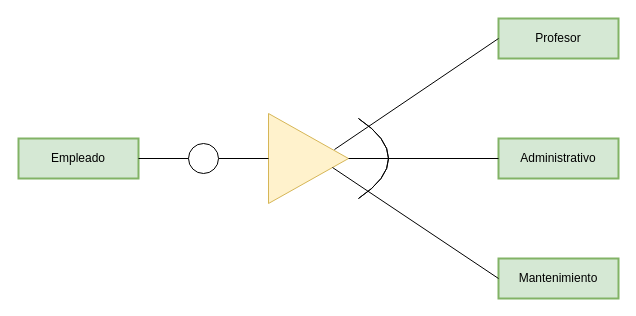
Above: page "EJ7" (5 of 9) of Tareas/Tarea3/Tarea3.drawio in JuanManuelMM/Base-Datos (draw.io), before the change. Source tidied: cells renumbered, new cells numbered last; positions are measured from the earlier drawing's top-left corner, leaving out a move shared by most shapes. Both pictures are drawn from the tidied source at 100%, with x=0, y=0 at pixel (18, 18).
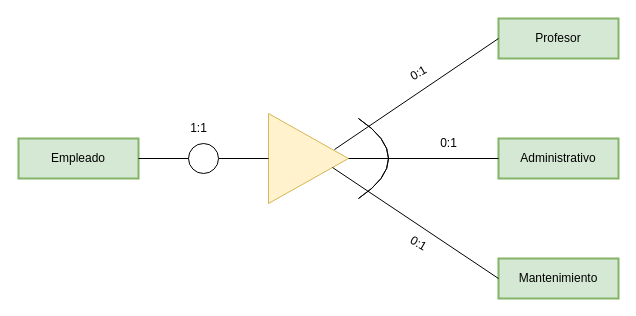
Above is the later version.

Diff of the diagram source:
```diff
@@
 <mxGraphModel>
   <root>
     <mxCell id="0" />
     <mxCell id="1" parent="0" />
     <mxCell id="2" value="Empleado" style="whiteSpace=wrap;html=1;align=center;fillColor=#d5e8d4;strokeColor=#82b366;strokeWidth=2;" parent="1" vertex="1">
       <mxGeometry y="120" width="120" height="40" as="geometry" />
     </mxCell>
     <mxCell id="3" value="Mantenimiento" style="whiteSpace=wrap;html=1;align=center;fillColor=#d5e8d4;strokeColor=#82b366;strokeWidth=2;" parent="1" vertex="1">
       <mxGeometry x="480" y="240" width="120" height="40" as="geometry" />
     </mxCell>
     <mxCell id="4" value="Administrativo" style="whiteSpace=wrap;html=1;align=center;fillColor=#d5e8d4;strokeColor=#82b366;strokeWidth=2;" parent="1" vertex="1">
       <mxGeometry x="480" y="120" width="120" height="40" as="geometry" />
     </mxCell>
     <mxCell id="5" value="Profesor" style="whiteSpace=wrap;html=1;align=center;fillColor=#d5e8d4;strokeColor=#82b366;strokeWidth=2;" parent="1" vertex="1">
       <mxGeometry x="480" width="120" height="40" as="geometry" />
     </mxCell>
     <mxCell id="6" style="triangle;whiteSpace=wrap;html=1;fillColor=#fff2cc;strokeColor=#d6b656;" parent="1" vertex="1">
       <mxGeometry x="250" y="95" width="80" height="90" as="geometry" />
     </mxCell>
     <mxCell id="7" style="endArrow=none;html=1;rounded=0;entryX=0;entryY=0.5;entryDx=0;entryDy=0;exitX=0.825;exitY=0.4;exitDx=0;exitDy=0;exitPerimeter=0;" parent="1" edge="1" source="6" target="5">
       <mxGeometry relative="1" as="geometry" />
     </mxCell>
     <mxCell id="8" style="endArrow=none;html=1;rounded=0;entryX=0;entryY=0.5;entryDx=0;entryDy=0;exitX=1;exitY=0.5;exitDx=0;exitDy=0;" parent="1" edge="1" source="6" target="4">
       <mxGeometry relative="1" as="geometry" />
     </mxCell>
     <mxCell id="9" style="endArrow=none;html=1;rounded=0;entryX=0;entryY=0.5;entryDx=0;entryDy=0;exitX=0.8;exitY=0.6;exitDx=0;exitDy=0;exitPerimeter=0;" parent="1" edge="1" source="6" target="3">
       <mxGeometry relative="1" as="geometry" />
     </mxCell>
     <mxCell id="10" style="endArrow=none;html=1;rounded=0;exitX=1;exitY=0.5;exitDx=0;exitDy=0;entryX=0;entryY=0.5;entryDx=0;entryDy=0;startArrow=none;" parent="1" edge="1" source="12" target="6">
       <mxGeometry relative="1" as="geometry" />
     </mxCell>
     <mxCell id="11" style="shape=dataStorage;whiteSpace=wrap;html=1;fixedSize=1;size=30;rotation=-180;" parent="1" vertex="1">
       <mxGeometry x="340" y="100" width="30" height="80" as="geometry" />
     </mxCell>
     <mxCell id="12" style="ellipse;whiteSpace=wrap;html=1;" parent="1" vertex="1">
       <mxGeometry x="170" y="125" width="30" height="30" as="geometry" />
     </mxCell>
     <mxCell id="13" style="endArrow=none;html=1;rounded=0;exitX=1;exitY=0.5;exitDx=0;exitDy=0;entryX=0;entryY=0.5;entryDx=0;entryDy=0;" parent="1" edge="1" source="2" target="12">
       <mxGeometry relative="1" as="geometry" />
     </mxCell>
+    <mxCell id="14" value="1:1" style="text;html=1;align=center;verticalAlign=middle;strokeColor=none;fillColor=none;" parent="1" vertex="1">
+      <mxGeometry x="160" y="95" width="40" height="30" as="geometry" />
+    </mxCell>
+    <mxCell id="15" value="0:1" style="text;html=1;align=center;verticalAlign=middle;strokeColor=none;fillColor=none;rotation=-30;" parent="1" vertex="1">
+      <mxGeometry x="380" y="40" width="40" height="30" as="geometry" />
+    </mxCell>
+    <mxCell id="16" value="0:1" style="text;html=1;align=center;verticalAlign=middle;strokeColor=none;fillColor=none;" parent="1" vertex="1">
+      <mxGeometry x="410" y="110" width="40" height="30" as="geometry" />
+    </mxCell>
+    <mxCell id="17" value="0:1" style="text;html=1;align=center;verticalAlign=middle;strokeColor=none;fillColor=none;rotation=30;" parent="1" vertex="1">
+      <mxGeometry x="380" y="210" width="40" height="30" as="geometry" />
+    </mxCell>
   </root>
 </mxGraphModel>
```
